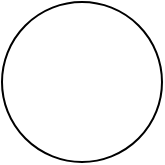
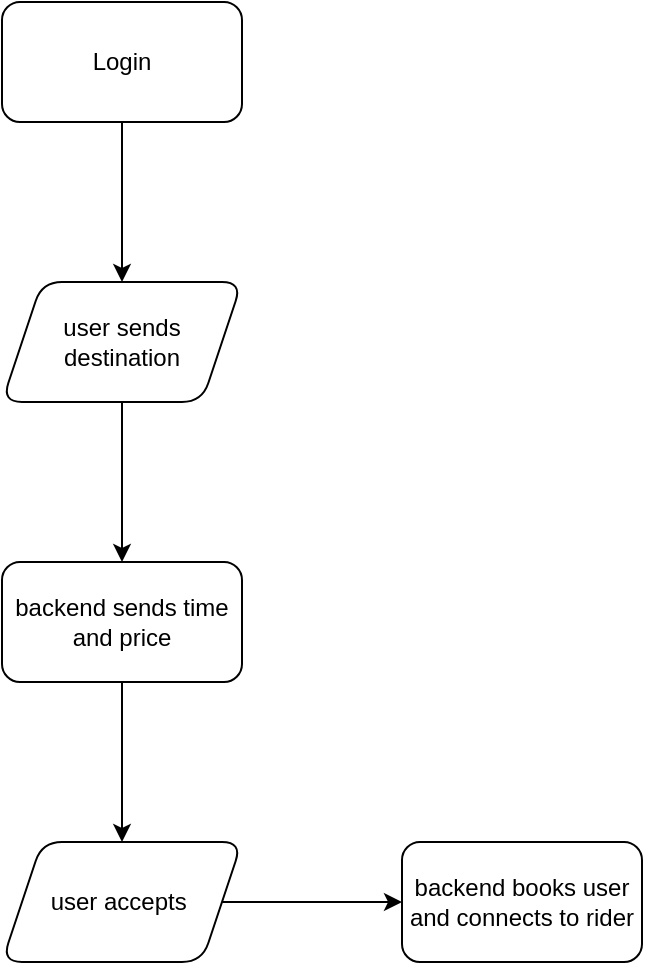
<mxfile host="app.diagrams.net">
  <diagram name="Page-1" id="oLJhkfc8GVixeIvUgVpD">
-     <mxGraphModel dx="1406" dy="900" grid="1" gridSize="10" guides="1" tooltips="1" connect="1" arrows="1" fold="1" page="1" pageScale="1" pageWidth="850" pageHeight="1100" math="0" shadow="0">
+     <mxGraphModel dx="1366" dy="827" grid="1" gridSize="10" guides="1" tooltips="1" connect="1" arrows="1" fold="1" page="1" pageScale="1" pageWidth="850" pageHeight="1100" math="0" shadow="0">
      <root>
        <mxCell id="0" />
        <mxCell id="1" parent="0" />
-         <mxCell id="o5zUXQT3khVkAGrBPNEk-1" parent="1" style="ellipse;whiteSpace=wrap;html=1;aspect=fixed;" value="" vertex="1">
-           <mxGeometry height="80" width="80" x="390" y="290" as="geometry" />
+         <mxCell id="zJ6oWbiAj99aemtaVvga-3" edge="1" parent="1" source="zJ6oWbiAj99aemtaVvga-1" style="edgeStyle=orthogonalEdgeStyle;rounded=0;orthogonalLoop=1;jettySize=auto;html=1;" target="zJ6oWbiAj99aemtaVvga-2" value="">
+           <mxGeometry relative="1" as="geometry" />
+         </mxCell>
+         <mxCell id="zJ6oWbiAj99aemtaVvga-1" parent="1" style="rounded=1;whiteSpace=wrap;html=1;" value="Login" vertex="1">
+           <mxGeometry height="60" width="120" x="80" y="60" as="geometry" />
+         </mxCell>
+         <mxCell id="zJ6oWbiAj99aemtaVvga-5" edge="1" parent="1" source="zJ6oWbiAj99aemtaVvga-2" style="edgeStyle=orthogonalEdgeStyle;rounded=0;orthogonalLoop=1;jettySize=auto;html=1;" target="zJ6oWbiAj99aemtaVvga-4" value="">
+           <mxGeometry relative="1" as="geometry" />
+         </mxCell>
+         <mxCell id="zJ6oWbiAj99aemtaVvga-2" parent="1" style="shape=parallelogram;perimeter=parallelogramPerimeter;whiteSpace=wrap;html=1;fixedSize=1;rounded=1;" value="user sends destination" vertex="1">
+           <mxGeometry height="60" width="120" x="80" y="200" as="geometry" />
+         </mxCell>
+         <mxCell id="zJ6oWbiAj99aemtaVvga-7" edge="1" parent="1" source="zJ6oWbiAj99aemtaVvga-4" style="edgeStyle=orthogonalEdgeStyle;rounded=0;orthogonalLoop=1;jettySize=auto;html=1;" target="zJ6oWbiAj99aemtaVvga-6" value="">
+           <mxGeometry relative="1" as="geometry" />
+         </mxCell>
+         <mxCell id="zJ6oWbiAj99aemtaVvga-4" parent="1" style="rounded=1;whiteSpace=wrap;html=1;" value="backend sends time and price" vertex="1">
+           <mxGeometry height="60" width="120" x="80" y="340" as="geometry" />
+         </mxCell>
+         <mxCell id="zJ6oWbiAj99aemtaVvga-9" edge="1" parent="1" source="zJ6oWbiAj99aemtaVvga-6" style="edgeStyle=orthogonalEdgeStyle;rounded=0;orthogonalLoop=1;jettySize=auto;html=1;" target="zJ6oWbiAj99aemtaVvga-8" value="">
+           <mxGeometry relative="1" as="geometry" />
+         </mxCell>
+         <mxCell id="zJ6oWbiAj99aemtaVvga-6" parent="1" style="shape=parallelogram;perimeter=parallelogramPerimeter;whiteSpace=wrap;html=1;fixedSize=1;rounded=1;" value="user accepts&amp;nbsp;" vertex="1">
+           <mxGeometry height="60" width="120" x="80" y="480" as="geometry" />
+         </mxCell>
+         <mxCell id="zJ6oWbiAj99aemtaVvga-8" parent="1" style="whiteSpace=wrap;html=1;rounded=1;" value="backend books user and connects to rider" vertex="1">
+           <mxGeometry height="60" width="120" x="280" y="480" as="geometry" />
        </mxCell>
      </root>
    </mxGraphModel>
  </diagram>
</mxfile>
